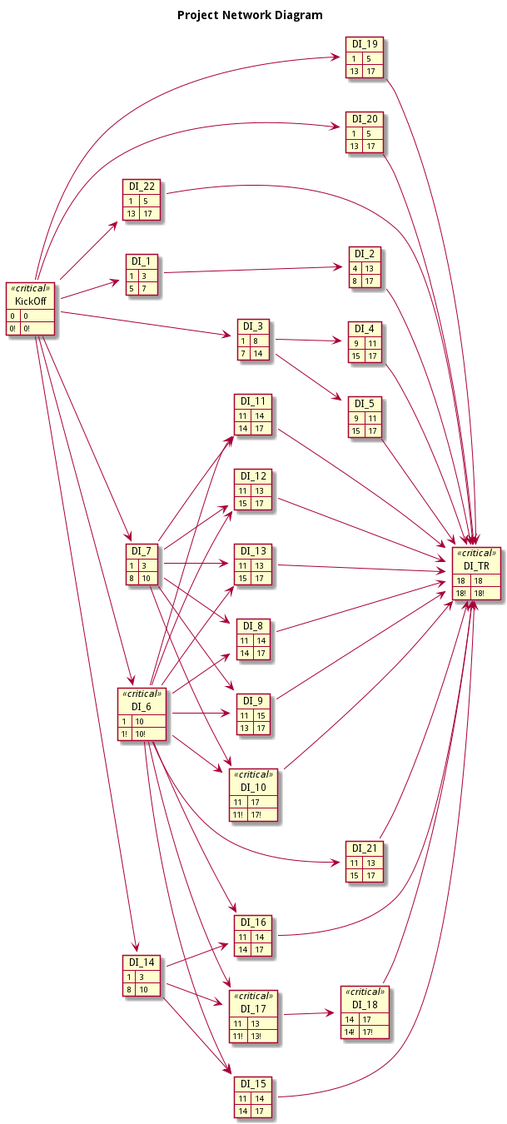
SmartWasteCollection/project-management keeps this PlantUML diagram as img/pert-diagram.pm.png. Above is the earlier version. The source it was exported from:
```plantuml
@startuml
left to right direction
title Project Network Diagram

<style>
critical {
    BackGroundColor: red
}
</style>

map KickOff <<critical>> {
    0 => 0
    0! => 0!
}
map DI_1 {
    1 => 3
    5 => 7
}
KickOff --> DI_1

map DI_3 {
    1 => 8
    7 => 14
}
KickOff --> DI_3

map DI_6 <<critical>> {
    1 => 10
    1! => 10!
}
KickOff --> DI_6

map DI_7 {
    1 => 3
    8 => 10
}
KickOff --> DI_7

map DI_14 {
    1 => 3
    8 => 10
}
KickOff --> DI_14

map DI_19 {
    1 => 5
    13 => 17
}
KickOff --> DI_19

map DI_20 {
    1 => 5
    13 => 17
}
KickOff --> DI_20

map DI_22 {
    1 => 5
    13 => 17
}
KickOff --> DI_22

map DI_2 {
    4 => 13
    8 => 17
}
DI_1 --> DI_2

map DI_4 {
    9 => 11
    15 => 17
}
DI_3 --> DI_4

map DI_5 {
    9 => 11
    15 => 17
}
DI_3 --> DI_5

map DI_8 {
    11 => 14
    14 => 17
}
DI_6 --> DI_8
DI_7 --> DI_8

map DI_9 {
    11 => 15
    13 => 17
}
DI_6 --> DI_9
DI_7 --> DI_9

map DI_10 <<critical>> {
    11 => 17
    11! => 17!
}
DI_6 --> DI_10
DI_7 --> DI_10

map DI_11 {
    11 => 14
    14 => 17
}
DI_6 --> DI_11
DI_7 --> DI_11

map DI_12 {
    11 => 13
    15 => 17
}
DI_6 --> DI_12
DI_7 --> DI_12

map DI_13 {
    11 => 13
    15 => 17
}
DI_6 --> DI_13
DI_7 --> DI_13

map DI_15 {
    11 => 14
    14 => 17
}
DI_6 --> DI_15
DI_14 --> DI_15

map DI_16 {
    11 => 14
    14 => 17
}
DI_6 --> DI_16
DI_14 --> DI_16

map DI_17 <<critical>> {
    11 => 13
    11! => 13!
}
DI_6 --> DI_17
DI_14 --> DI_17

map DI_18 <<critical>> {
    14 => 17
    14! => 17!
}
DI_17 --> DI_18

map DI_21 {
    11 => 13
    15 => 17
}
DI_6 --> DI_21

map DI_TR <<critical>> {
    18 => 18
    18! => 18!
}
DI_2 --> DI_TR
DI_4 --> DI_TR
DI_5 --> DI_TR
DI_8 --> DI_TR
DI_9 --> DI_TR
DI_10 --> DI_TR
DI_11 --> DI_TR
DI_12 --> DI_TR
DI_13 --> DI_TR
DI_15 --> DI_TR
DI_16 --> DI_TR
DI_18 --> DI_TR
DI_19 --> DI_TR
DI_20 --> DI_TR
DI_21 --> DI_TR
DI_22 --> DI_TR

@enduml
```
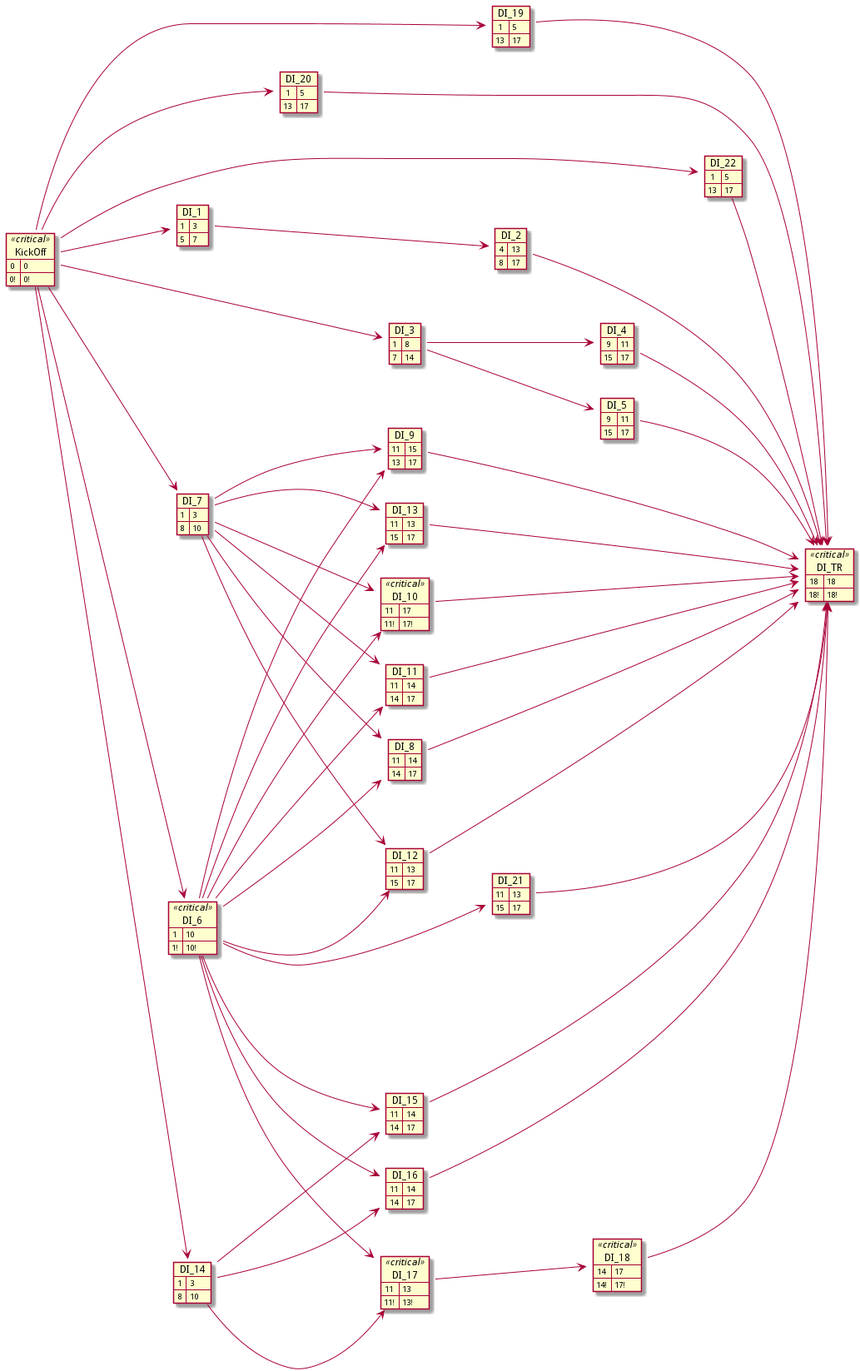
The same diagram one commit later.

Commit message:
docs(uml): generate PNG files for PlantUML diagrams

What changed in the source:
```diff
@@ -1,6 +1,5 @@
 @startuml
 left to right direction
-title Project Network Diagram
 
 <style>
 critical {
@@ -16,136 +15,136 @@
     1 => 3
     5 => 7
 }
-KickOff --> DI_1
+KickOff ---> DI_1
 
 map DI_3 {
     1 => 8
     7 => 14
 }
-KickOff --> DI_3
+KickOff ---> DI_3
 
 map DI_6 <<critical>> {
     1 => 10
     1! => 10!
 }
-KickOff --> DI_6
+KickOff ---> DI_6
 
 map DI_7 {
     1 => 3
     8 => 10
 }
-KickOff --> DI_7
+KickOff ---> DI_7
 
 map DI_14 {
     1 => 3
     8 => 10
 }
-KickOff --> DI_14
+KickOff ---> DI_14
 
 map DI_19 {
     1 => 5
     13 => 17
 }
-KickOff --> DI_19
+KickOff ---> DI_19
 
 map DI_20 {
     1 => 5
     13 => 17
 }
-KickOff --> DI_20
+KickOff ---> DI_20
 
 map DI_22 {
     1 => 5
     13 => 17
 }
-KickOff --> DI_22
+KickOff ---> DI_22
 
 map DI_2 {
     4 => 13
     8 => 17
 }
-DI_1 --> DI_2
+DI_1 ---> DI_2
 
 map DI_4 {
     9 => 11
     15 => 17
 }
-DI_3 --> DI_4
+DI_3 ---> DI_4
 
 map DI_5 {
     9 => 11
     15 => 17
 }
-DI_3 --> DI_5
+DI_3 ---> DI_5
 
 map DI_8 {
     11 => 14
     14 => 17
 }
-DI_6 --> DI_8
-DI_7 --> DI_8
+DI_6 ---> DI_8
+DI_7 ---> DI_8
 
 map DI_9 {
     11 => 15
     13 => 17
 }
-DI_6 --> DI_9
-DI_7 --> DI_9
+DI_6 ---> DI_9
+DI_7 ---> DI_9
 
 map DI_10 <<critical>> {
     11 => 17
     11! => 17!
 }
-DI_6 --> DI_10
-DI_7 --> DI_10
+DI_6 ---> DI_10
+DI_7 ---> DI_10
 
 map DI_11 {
     11 => 14
     14 => 17
 }
-DI_6 --> DI_11
-DI_7 --> DI_11
+DI_6 ---> DI_11
+DI_7 ---> DI_11
 
 map DI_12 {
     11 => 13
     15 => 17
 }
-DI_6 --> DI_12
-DI_7 --> DI_12
+DI_6 ---> DI_12
+DI_7 ---> DI_12
 
 map DI_13 {
     11 => 13
     15 => 17
 }
-DI_6 --> DI_13
-DI_7 --> DI_13
+DI_6 ---> DI_13
+DI_7 ---> DI_13
 
 map DI_15 {
     11 => 14
     14 => 17
 }
-DI_6 --> DI_15
-DI_14 --> DI_15
+DI_6 ---> DI_15
+DI_14 ---> DI_15
 
 map DI_16 {
     11 => 14
     14 => 17
 }
-DI_6 --> DI_16
-DI_14 --> DI_16
+DI_6 ---> DI_16
+DI_14 ---> DI_16
 
 map DI_17 <<critical>> {
     11 => 13
     11! => 13!
 }
-DI_6 --> DI_17
-DI_14 --> DI_17
+DI_6 ---> DI_17
+DI_14 ---> DI_17
 
 map DI_18 <<critical>> {
     14 => 17
     14! => 17!
 }
-DI_17 --> DI_18
+DI_17 ---> DI_18
 
 map DI_21 {
     11 => 13
@@ -157,20 +156,20 @@
     18 => 18
     18! => 18!
 }
-DI_2 --> DI_TR
-DI_4 --> DI_TR
-DI_5 --> DI_TR
-DI_8 --> DI_TR
-DI_9 --> DI_TR
-DI_10 --> DI_TR
-DI_11 --> DI_TR
-DI_12 --> DI_TR
-DI_13 --> DI_TR
-DI_15 --> DI_TR
-DI_16 --> DI_TR
-DI_18 --> DI_TR
-DI_19 --> DI_TR
-DI_20 --> DI_TR
+DI_2 ---> DI_TR
+DI_4 ---> DI_TR
+DI_5 ---> DI_TR
+DI_8 ---> DI_TR
+DI_9 ---> DI_TR
+DI_10 ---> DI_TR
+DI_11 ---> DI_TR
+DI_12 ---> DI_TR
+DI_13 ---> DI_TR
+DI_15 ---> DI_TR
+DI_16 ---> DI_TR
+DI_18 ---> DI_TR
+DI_19 ---> DI_TR
+DI_20 ---> DI_TR
 DI_21 --> DI_TR
 DI_22 --> DI_TR
 
```
